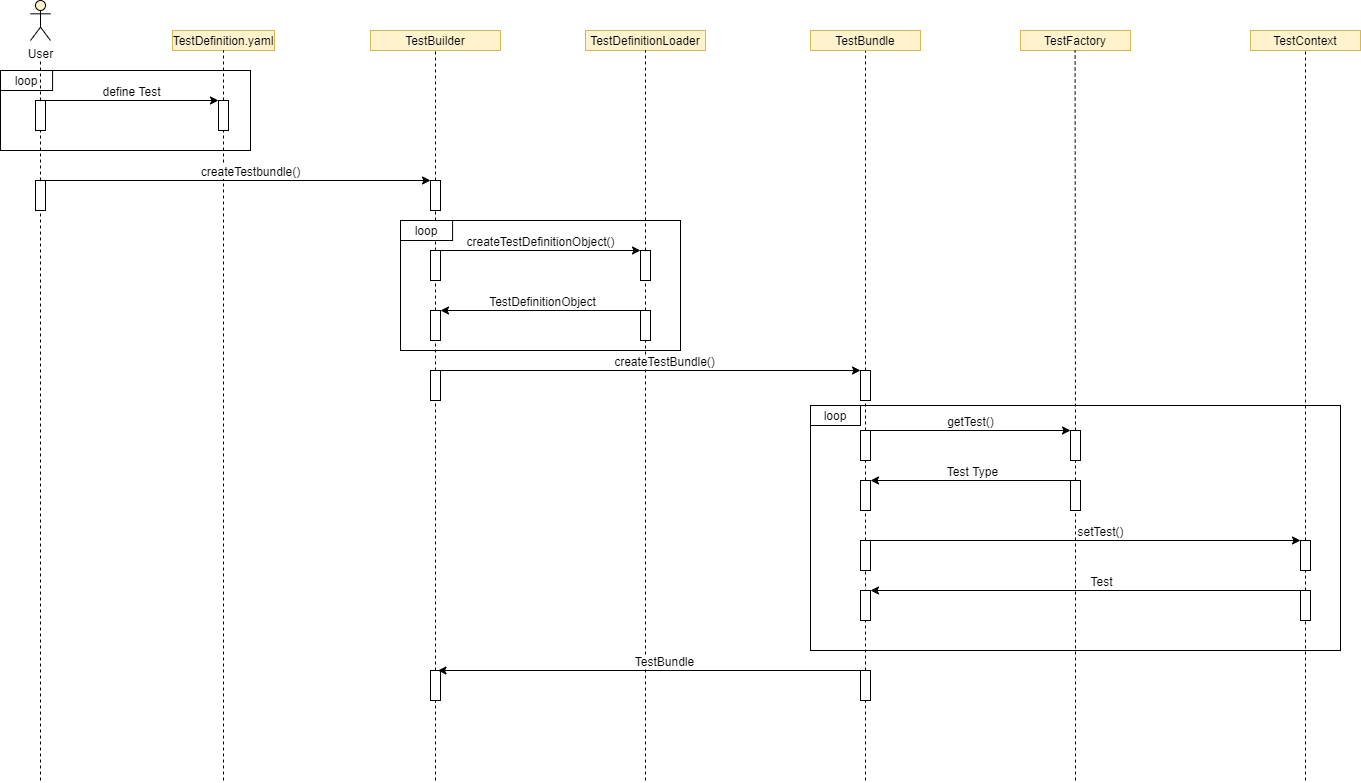
EkoGuandor229/Network-Unit-Testing keeps this draw.io diagram as Dokumentation/99_Vorlagen/Bilder/TestSSD.png. Above is the earlier version. Source tidied: cells renumbered, new cells last; positions are measured from the earlier drawing's top-left corner, leaving out a move shared by most shapes.
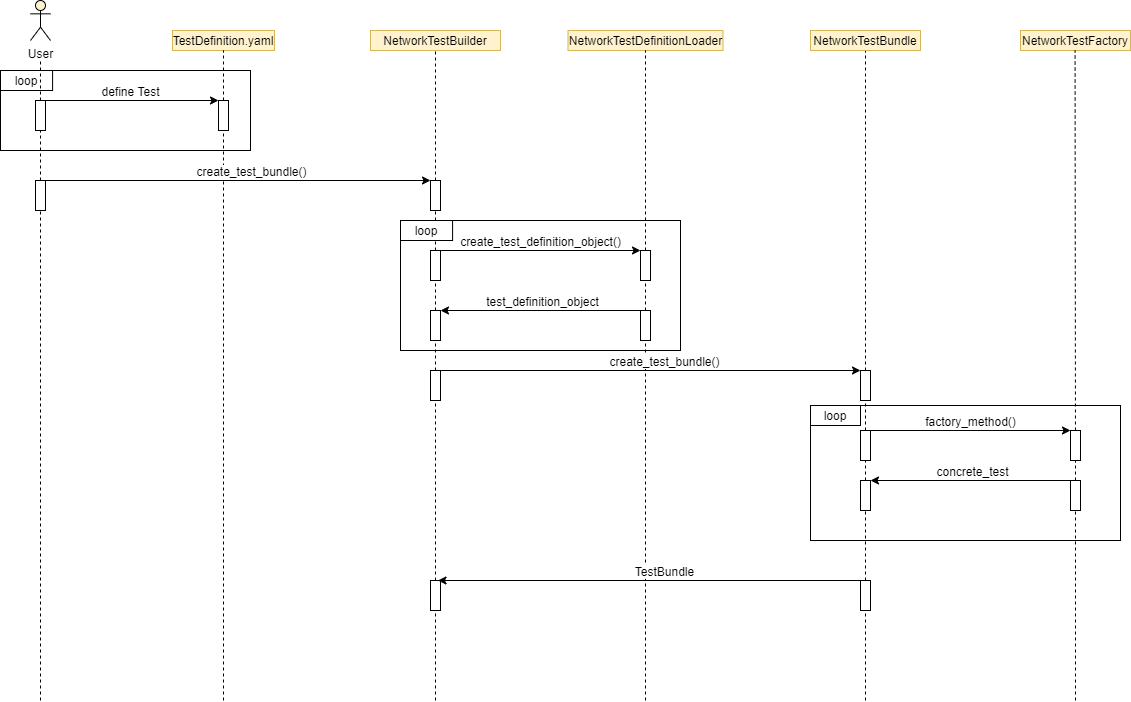
After the commit.

What changed in the source:
```diff
@@ -3,7 +3,7 @@
     <mxCell id="0" />
     <mxCell id="1" parent="0" />
     <mxCell id="2" style="rounded=0;whiteSpace=wrap;html=1;" parent="1" vertex="1">
-      <mxGeometry x="810" y="405" width="530" height="245" as="geometry" />
+      <mxGeometry x="810" y="405" width="310" height="135" as="geometry" />
     </mxCell>
     <mxCell id="3" style="rounded=0;whiteSpace=wrap;html=1;" parent="1" vertex="1">
       <mxGeometry x="400" y="220" width="280" height="130" as="geometry" />
@@ -23,19 +23,19 @@
     <mxCell id="8" value="TestDefinition.yaml" style="rounded=0;whiteSpace=wrap;html=1;fillColor=#fff2cc;strokeColor=#d6b656;" parent="1" vertex="1">
       <mxGeometry x="172" y="30" width="102" height="20" as="geometry" />
     </mxCell>
-    <mxCell id="9" value="TestBuilder" style="rounded=0;whiteSpace=wrap;html=1;fillColor=#fff2cc;strokeColor=#d6b656;" parent="1" vertex="1">
+    <mxCell id="9" value="NetworkTestBuilder" style="rounded=0;whiteSpace=wrap;html=1;fillColor=#fff2cc;strokeColor=#d6b656;" parent="1" vertex="1">
       <mxGeometry x="370" y="30" width="130" height="20" as="geometry" />
     </mxCell>
     <mxCell id="10" style="endArrow=none;dashed=1;html=1;entryX=0.5;entryY=1;entryDx=0;entryDy=0;" parent="1" edge="1" source="20" target="9">
       <mxGeometry relative="1" as="geometry" />
     </mxCell>
-    <mxCell id="11" value="TestDefinitionLoader" style="rounded=0;whiteSpace=wrap;html=1;fillColor=#fff2cc;strokeColor=#d6b656;" parent="1" vertex="1">
-      <mxGeometry x="585" y="30" width="120" height="20" as="geometry" />
+    <mxCell id="11" value="NetworkTestDefinitionLoader" style="rounded=0;whiteSpace=wrap;html=1;fillColor=#fff2cc;strokeColor=#d6b656;" parent="1" vertex="1">
+      <mxGeometry x="567.5" y="30" width="155" height="20" as="geometry" />
     </mxCell>
     <mxCell id="12" style="endArrow=none;dashed=1;html=1;entryX=0.5;entryY=1;entryDx=0;entryDy=0;" parent="1" edge="1" source="44" target="13">
       <mxGeometry relative="1" as="geometry" />
     </mxCell>
-    <mxCell id="13" value="TestBundle" style="rounded=0;whiteSpace=wrap;html=1;fillColor=#fff2cc;strokeColor=#d6b656;" parent="1" vertex="1">
+    <mxCell id="13" value="NetworkTestBundle" style="rounded=0;whiteSpace=wrap;html=1;fillColor=#fff2cc;strokeColor=#d6b656;" parent="1" vertex="1">
       <mxGeometry x="810" y="30" width="110" height="20" as="geometry" />
     </mxCell>
     <mxCell id="14" style="endArrow=none;dashed=1;html=1;" parent="1" edge="1" source="18" target="8">
@@ -55,7 +55,7 @@
     </mxCell>
     <mxCell id="19" style="endArrow=none;dashed=1;html=1;" parent="1" edge="1" target="18">
       <mxGeometry relative="1" as="geometry">
-        <mxPoint x="223" y="780" as="sourcePoint" />
+        <mxPoint x="223" y="700" as="sourcePoint" />
       </mxGeometry>
     </mxCell>
     <mxCell id="20" style="rounded=0;whiteSpace=wrap;html=1;" parent="1" vertex="1">
@@ -75,7 +75,7 @@
     </mxCell>
     <mxCell id="25" style="endArrow=none;dashed=1;html=1;entryX=0.5;entryY=1;entryDx=0;entryDy=0;" parent="1" edge="1" target="24">
       <mxGeometry relative="1" as="geometry">
-        <mxPoint x="645" y="780" as="sourcePoint" />
+        <mxPoint x="645" y="700" as="sourcePoint" />
       </mxGeometry>
     </mxCell>
     <mxCell id="26" style="endArrow=classic;html=1;exitX=0.75;exitY=0;exitDx=0;exitDy=0;entryX=0;entryY=0;entryDx=0;entryDy=0;" parent="1" edge="1" source="16" target="18">
@@ -89,7 +89,7 @@
     <mxCell id="28" style="endArrow=classic;html=1;exitX=1;exitY=0;exitDx=0;exitDy=0;entryX=0;entryY=0;entryDx=0;entryDy=0;" parent="1" edge="1" source="30" target="20">
       <mxGeometry relative="1" as="geometry" />
     </mxCell>
-    <mxCell id="29" value="createTestbundle()" style="text;html=1;align=center;verticalAlign=middle;labelBackgroundColor=#ffffff;" parent="28" vertex="1">
+    <mxCell id="29" value="create_test_bundle()" style="text;html=1;align=center;verticalAlign=middle;labelBackgroundColor=#ffffff;" parent="28" vertex="1">
       <mxGeometry x="0.12" y="-2" relative="1" as="geometry">
         <mxPoint x="-10.8" y="-12" as="offset" />
       </mxGeometry>
@@ -99,7 +99,7 @@
     </mxCell>
     <mxCell id="31" style="endArrow=none;dashed=1;html=1;" parent="1" edge="1" target="30">
       <mxGeometry relative="1" as="geometry">
-        <mxPoint x="40" y="780" as="sourcePoint" />
+        <mxPoint x="40" y="700" as="sourcePoint" />
       </mxGeometry>
     </mxCell>
     <mxCell id="32" style="rounded=0;whiteSpace=wrap;html=1;" parent="1" vertex="1">
@@ -111,7 +111,7 @@
     <mxCell id="34" style="endArrow=classic;html=1;exitX=0.75;exitY=0;exitDx=0;exitDy=0;entryX=0;entryY=0;entryDx=0;entryDy=0;" parent="1" edge="1" source="32" target="22">
       <mxGeometry relative="1" as="geometry" />
     </mxCell>
-    <mxCell id="35" value="createTestDefinitionObject()" style="text;html=1;align=center;verticalAlign=middle;labelBackgroundColor=#ffffff;" parent="34" vertex="1">
+    <mxCell id="35" value="create_test_definition_object()" style="text;html=1;align=center;verticalAlign=middle;labelBackgroundColor=#ffffff;" parent="34" vertex="1">
       <mxGeometry x="0.12" y="-2" relative="1" as="geometry">
         <mxPoint x="-10.8" y="-12" as="offset" />
       </mxGeometry>
@@ -125,7 +125,7 @@
     <mxCell id="38" style="endArrow=none;html=1;exitX=1;exitY=0;exitDx=0;exitDy=0;entryX=0;entryY=0;entryDx=0;entryDy=0;endFill=0;startArrow=classic;startFill=1;" parent="1" edge="1" source="36" target="24">
       <mxGeometry relative="1" as="geometry" />
     </mxCell>
-    <mxCell id="39" value="TestDefinitionObject" style="text;html=1;align=center;verticalAlign=middle;labelBackgroundColor=#ffffff;" parent="38" vertex="1">
+    <mxCell id="39" value="test_definition_object" style="text;html=1;align=center;verticalAlign=middle;labelBackgroundColor=#ffffff;" parent="38" vertex="1">
       <mxGeometry x="0.12" y="-2" relative="1" as="geometry">
         <mxPoint x="-10.8" y="-12" as="offset" />
       </mxGeometry>
@@ -151,7 +151,7 @@
     <mxCell id="46" style="endArrow=classic;html=1;exitX=0.75;exitY=0;exitDx=0;exitDy=0;entryX=0;entryY=0;entryDx=0;entryDy=0;" parent="1" edge="1" source="40" target="44">
       <mxGeometry relative="1" as="geometry" />
     </mxCell>
-    <mxCell id="47" value="createTestBundle()" style="text;html=1;align=center;verticalAlign=middle;labelBackgroundColor=#ffffff;" parent="46" vertex="1">
+    <mxCell id="47" value="create_test_bundle()" style="text;html=1;align=center;verticalAlign=middle;labelBackgroundColor=#ffffff;" parent="46" vertex="1">
       <mxGeometry x="0.12" y="-2" relative="1" as="geometry">
         <mxPoint x="-10.8" y="-12" as="offset" />
       </mxGeometry>
@@ -167,7 +167,7 @@
         <mxPoint x="40" y="60" as="targetPoint" />
       </mxGeometry>
     </mxCell>
-    <mxCell id="51" value="TestFactory" style="rounded=0;whiteSpace=wrap;html=1;fillColor=#fff2cc;strokeColor=#d6b656;" parent="1" vertex="1">
+    <mxCell id="51" value="NetworkTestFactory" style="rounded=0;whiteSpace=wrap;html=1;fillColor=#fff2cc;strokeColor=#d6b656;" parent="1" vertex="1">
       <mxGeometry x="1020" y="30" width="110" height="20" as="geometry" />
     </mxCell>
     <mxCell id="52" style="endArrow=none;dashed=1;html=1;entryX=0.5;entryY=1;entryDx=0;entryDy=0;" parent="1" edge="1" source="53">
@@ -184,7 +184,7 @@
     <mxCell id="55" style="endArrow=classic;html=1;exitX=0.75;exitY=0;exitDx=0;exitDy=0;entryX=0;entryY=0;entryDx=0;entryDy=0;" parent="1" edge="1" source="42" target="53">
       <mxGeometry relative="1" as="geometry" />
     </mxCell>
-    <mxCell id="56" value="getTest()" style="text;html=1;align=center;verticalAlign=middle;labelBackgroundColor=#ffffff;" parent="55" vertex="1">
+    <mxCell id="56" value="factory_method()" style="text;html=1;align=center;verticalAlign=middle;labelBackgroundColor=#ffffff;" parent="55" vertex="1">
       <mxGeometry x="0.12" y="-2" relative="1" as="geometry">
         <mxPoint x="-10.8" y="-12" as="offset" />
       </mxGeometry>
@@ -194,85 +194,40 @@
     </mxCell>
     <mxCell id="58" style="endArrow=none;dashed=1;html=1;entryX=0.5;entryY=1;entryDx=0;entryDy=0;" parent="1" edge="1" target="57">
       <mxGeometry relative="1" as="geometry">
-        <mxPoint x="1075" y="780" as="sourcePoint" />
+        <mxPoint x="1075" y="700" as="sourcePoint" />
       </mxGeometry>
     </mxCell>
     <mxCell id="59" style="rounded=0;whiteSpace=wrap;html=1;" parent="1" vertex="1">
       <mxGeometry x="860" y="480" width="10" height="30" as="geometry" />
     </mxCell>
-    <mxCell id="60" style="endArrow=none;dashed=1;html=1;entryX=0.5;entryY=1;entryDx=0;entryDy=0;" parent="1" edge="1" source="67" target="59">
+    <mxCell id="60" style="endArrow=none;dashed=1;html=1;entryX=0.5;entryY=1;entryDx=0;entryDy=0;exitX=0.5;exitY=0;exitDx=0;exitDy=0;" parent="1" edge="1" source="76" target="59">
       <mxGeometry relative="1" as="geometry" />
     </mxCell>
     <mxCell id="61" style="endArrow=none;html=1;exitX=1;exitY=0;exitDx=0;exitDy=0;entryX=0;entryY=0;entryDx=0;entryDy=0;endFill=0;startArrow=classic;startFill=1;" parent="1" edge="1" source="59" target="57">
       <mxGeometry relative="1" as="geometry" />
     </mxCell>
-    <mxCell id="62" value="Test Type" style="text;html=1;align=center;verticalAlign=middle;labelBackgroundColor=#ffffff;" parent="61" vertex="1">
+    <mxCell id="62" value="concrete_test" style="text;html=1;align=center;verticalAlign=middle;labelBackgroundColor=#ffffff;" parent="61" vertex="1">
       <mxGeometry x="0.12" y="-2" relative="1" as="geometry">
         <mxPoint x="-10.8" y="-12" as="offset" />
       </mxGeometry>
     </mxCell>
-    <mxCell id="63" value="TestContext" style="rounded=0;whiteSpace=wrap;html=1;fillColor=#fff2cc;strokeColor=#d6b656;" parent="1" vertex="1">
-      <mxGeometry x="1250" y="30" width="110" height="20" as="geometry" />
-    </mxCell>
-    <mxCell id="64" style="endArrow=none;dashed=1;html=1;entryX=0.5;entryY=1;entryDx=0;entryDy=0;" parent="1" edge="1" source="65" target="63">
-      <mxGeometry relative="1" as="geometry" />
-    </mxCell>
-    <mxCell id="65" style="rounded=0;whiteSpace=wrap;html=1;" parent="1" vertex="1">
-      <mxGeometry x="1300" y="540" width="10" height="30" as="geometry" />
-    </mxCell>
-    <mxCell id="66" style="endArrow=none;dashed=1;html=1;entryX=0.5;entryY=1;entryDx=0;entryDy=0;" parent="1" edge="1" source="71" target="65">
-      <mxGeometry relative="1" as="geometry" />
-    </mxCell>
-    <mxCell id="67" style="rounded=0;whiteSpace=wrap;html=1;" parent="1" vertex="1">
-      <mxGeometry x="860" y="540" width="10" height="30" as="geometry" />
-    </mxCell>
-    <mxCell id="68" style="endArrow=none;dashed=1;html=1;entryX=0.5;entryY=1;entryDx=0;entryDy=0;" parent="1" edge="1" source="76" target="67">
-      <mxGeometry relative="1" as="geometry" />
-    </mxCell>
-    <mxCell id="69" style="endArrow=classic;html=1;exitX=0.75;exitY=0;exitDx=0;exitDy=0;entryX=0;entryY=0;entryDx=0;entryDy=0;" parent="1" edge="1" source="67" target="65">
-      <mxGeometry relative="1" as="geometry" />
-    </mxCell>
-    <mxCell id="70" value="setTest()" style="text;html=1;align=center;verticalAlign=middle;labelBackgroundColor=#ffffff;" parent="69" vertex="1">
-      <mxGeometry x="0.12" y="-2" relative="1" as="geometry">
-        <mxPoint x="-10.8" y="-12" as="offset" />
-      </mxGeometry>
-    </mxCell>
-    <mxCell id="71" style="rounded=0;whiteSpace=wrap;html=1;" parent="1" vertex="1">
-      <mxGeometry x="1300" y="590" width="10" height="30" as="geometry" />
-    </mxCell>
-    <mxCell id="72" style="endArrow=none;dashed=1;html=1;entryX=0.5;entryY=1;entryDx=0;entryDy=0;" parent="1" edge="1" target="71">
-      <mxGeometry relative="1" as="geometry">
-        <mxPoint x="1305" y="780" as="sourcePoint" />
-      </mxGeometry>
-    </mxCell>
-    <mxCell id="73" style="rounded=0;whiteSpace=wrap;html=1;" parent="1" vertex="1">
-      <mxGeometry x="860" y="590" width="10" height="30" as="geometry" />
-    </mxCell>
-    <mxCell id="74" style="endArrow=none;html=1;exitX=1;exitY=0;exitDx=0;exitDy=0;entryX=0;entryY=0;entryDx=0;entryDy=0;endFill=0;startArrow=classic;startFill=1;" parent="1" edge="1" source="73" target="71">
-      <mxGeometry relative="1" as="geometry" />
-    </mxCell>
-    <mxCell id="75" value="Test" style="text;html=1;align=center;verticalAlign=middle;labelBackgroundColor=#ffffff;" parent="74" vertex="1">
-      <mxGeometry x="0.12" y="-2" relative="1" as="geometry">
-        <mxPoint x="-10.8" y="-12" as="offset" />
-      </mxGeometry>
-    </mxCell>
     <mxCell id="76" style="rounded=0;whiteSpace=wrap;html=1;" parent="1" vertex="1">
-      <mxGeometry x="860" y="670" width="10" height="30" as="geometry" />
+      <mxGeometry x="860" y="580" width="10" height="30" as="geometry" />
     </mxCell>
     <mxCell id="77" style="endArrow=none;dashed=1;html=1;entryX=0.5;entryY=1;entryDx=0;entryDy=0;" parent="1" edge="1" target="76">
       <mxGeometry relative="1" as="geometry">
-        <mxPoint x="865" y="780" as="sourcePoint" />
+        <mxPoint x="865" y="700" as="sourcePoint" />
       </mxGeometry>
     </mxCell>
     <mxCell id="78" value="loop" style="rounded=0;whiteSpace=wrap;html=1;" parent="1" vertex="1">
       <mxGeometry x="810" y="405" width="50" height="20" as="geometry" />
     </mxCell>
     <mxCell id="79" style="rounded=0;whiteSpace=wrap;html=1;" parent="1" vertex="1">
-      <mxGeometry x="430" y="670" width="10" height="30" as="geometry" />
+      <mxGeometry x="430" y="580" width="10" height="30" as="geometry" />
     </mxCell>
     <mxCell id="80" style="endArrow=none;dashed=1;html=1;entryX=0.5;entryY=1;entryDx=0;entryDy=0;" parent="1" edge="1" target="79">
       <mxGeometry relative="1" as="geometry">
-        <mxPoint x="435" y="780" as="sourcePoint" />
+        <mxPoint x="435" y="700" as="sourcePoint" />
       </mxGeometry>
     </mxCell>
     <mxCell id="81" style="endArrow=none;html=1;exitX=0.75;exitY=0;exitDx=0;exitDy=0;entryX=0;entryY=0;entryDx=0;entryDy=0;endFill=0;startArrow=classic;startFill=1;" parent="1" edge="1" source="79" target="76">
```
